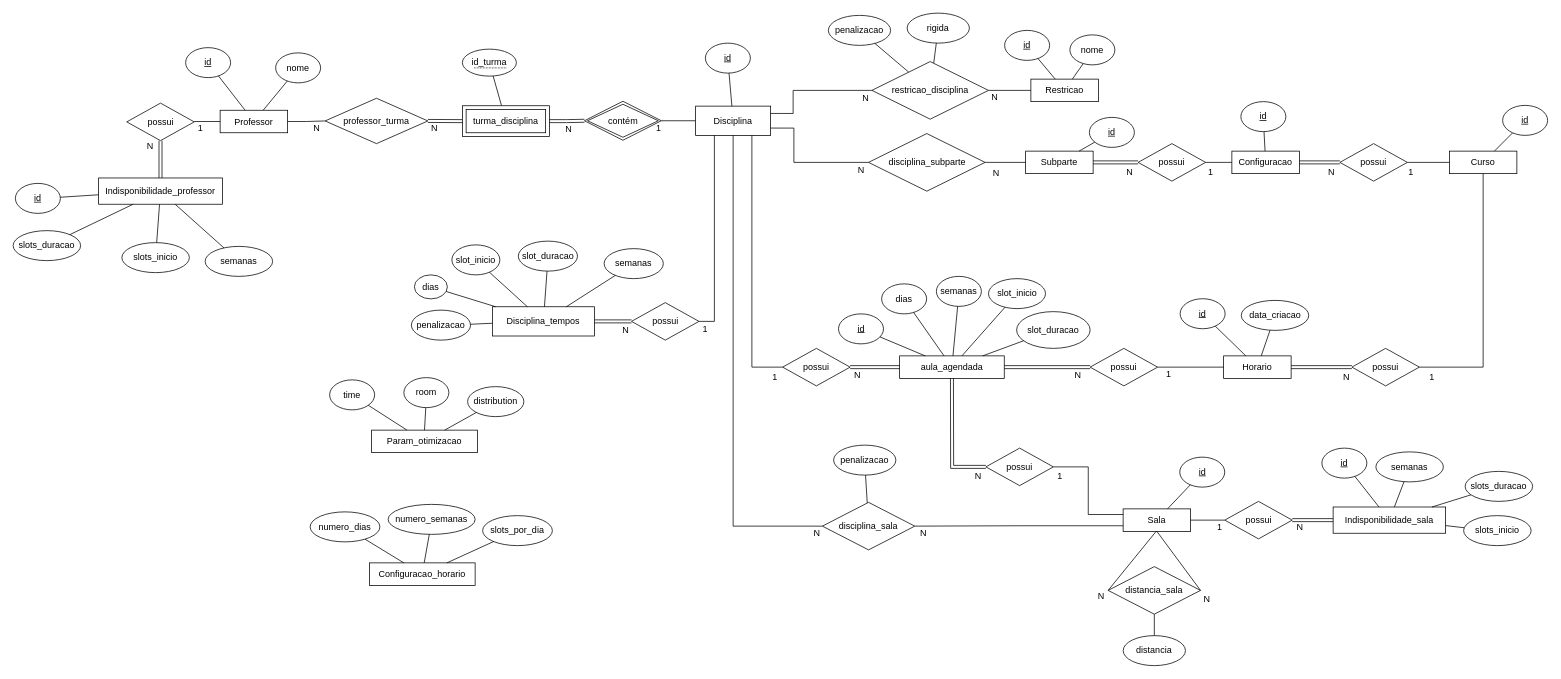
Above: Tese/diagramas/base_dados_agendamento.drawio in RRamos19/Master-Thesis (draw.io), before the change. Source tidied: cells renumbered, new cells numbered last; positions are measured from the earlier drawing's top-left corner, leaving out a move shared by most shapes. Both pictures are drawn from the tidied source at 75%, with x=0, y=0 at pixel (13, 13).
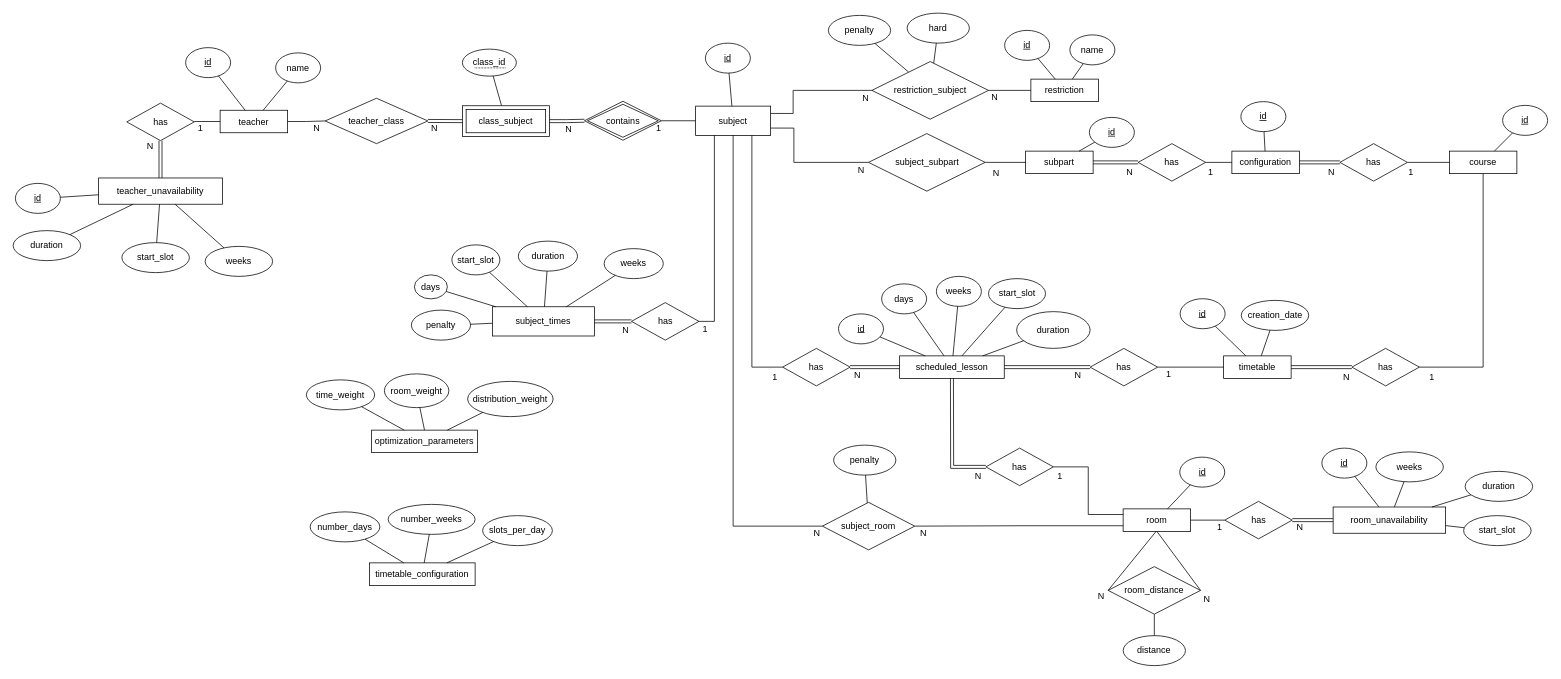
The same diagram, later.

Change to the diagram source:
```diff
@@
-    <mxCell id="2" value="Professor" style="rounded=0;whiteSpace=wrap;html=1;" parent="1" vertex="1">
+    <mxCell id="2" value="teacher" style="rounded=0;whiteSpace=wrap;html=1;" parent="1" vertex="1">
       <mxGeometry x="276" y="129.5" width="90" height="30" as="geometry" />
     </mxCell>
-    <mxCell id="3" value="Horario" style="rounded=0;whiteSpace=wrap;html=1;" parent="1" vertex="1">
+    <mxCell id="3" value="timetable" style="rounded=0;whiteSpace=wrap;html=1;" parent="1" vertex="1">
       <mxGeometry x="1614" y="457" width="90" height="30" as="geometry" />
     </mxCell>
-    <mxCell id="4" value="nome" style="ellipse;whiteSpace=wrap;html=1;" parent="1" vertex="1">
+    <mxCell id="4" value="name" style="ellipse;whiteSpace=wrap;html=1;" parent="1" vertex="1">
       <mxGeometry x="350" y="53" width="60" height="40" as="geometry" />
     </mxCell>
@@
-    <mxCell id="10" value="Curso" style="rounded=0;whiteSpace=wrap;html=1;" parent="1" vertex="1">
+    <mxCell id="10" value="course" style="rounded=0;whiteSpace=wrap;html=1;" parent="1" vertex="1">
       <mxGeometry x="1915" y="184" width="90" height="30" as="geometry" />
     </mxCell>
@@
-    <mxCell id="15" value="Disciplina" style="rounded=0;whiteSpace=wrap;html=1;" parent="1" vertex="1">
+    <mxCell id="15" value="subject" style="rounded=0;whiteSpace=wrap;html=1;" parent="1" vertex="1">
       <mxGeometry x="910" y="124" width="100" height="39" as="geometry" />
     </mxCell>
@@
-    <mxCell id="21" value="Restricao" style="rounded=0;whiteSpace=wrap;html=1;" parent="1" vertex="1">
+    <mxCell id="21" value="restriction" style="rounded=0;whiteSpace=wrap;html=1;" parent="1" vertex="1">
       <mxGeometry x="1357" y="88" width="90" height="30" as="geometry" />
     </mxCell>
@@
-    <mxCell id="26" value="nome" style="ellipse;whiteSpace=wrap;html=1;" parent="1" vertex="1">
+    <mxCell id="26" value="name" style="ellipse;whiteSpace=wrap;html=1;" parent="1" vertex="1">
       <mxGeometry x="1409" y="29" width="60" height="40" as="geometry" />
     </mxCell>
@@
-    <mxCell id="30" value="Sala" style="rounded=0;whiteSpace=wrap;html=1;" parent="1" vertex="1">
+    <mxCell id="30" value="room" style="rounded=0;whiteSpace=wrap;html=1;" parent="1" vertex="1">
       <mxGeometry x="1480" y="661" width="90" height="30" as="geometry" />
     </mxCell>
@@
-    <mxCell id="34" value="Indisponibilidade_sala" style="rounded=0;whiteSpace=wrap;html=1;" parent="1" vertex="1">
+    <mxCell id="34" value="room_unavailability " style="rounded=0;whiteSpace=wrap;html=1;" parent="1" vertex="1">
       <mxGeometry x="1760" y="658.5" width="150" height="35" as="geometry" />
     </mxCell>
@@
-    <mxCell id="38" value="slots_inicio" style="ellipse;whiteSpace=wrap;html=1;" parent="1" vertex="1">
+    <mxCell id="38" value="start_slot" style="ellipse;whiteSpace=wrap;html=1;" parent="1" vertex="1">
       <mxGeometry x="1934" y="670" width="90" height="40" as="geometry" />
     </mxCell>
-    <mxCell id="39" value="slots_duracao" style="ellipse;whiteSpace=wrap;html=1;" parent="1" vertex="1">
+    <mxCell id="39" value="duration" style="ellipse;whiteSpace=wrap;html=1;" parent="1" vertex="1">
       <mxGeometry x="1936" y="611" width="90" height="40" as="geometry" />
     </mxCell>
-    <mxCell id="40" value="semanas" style="ellipse;whiteSpace=wrap;html=1;" parent="1" vertex="1">
+    <mxCell id="40" value="weeks" style="ellipse;whiteSpace=wrap;html=1;" parent="1" vertex="1">
       <mxGeometry x="1817" y="585" width="90" height="40" as="geometry" />
     </mxCell>
@@
-    <mxCell id="48" value="data_criacao" style="ellipse;whiteSpace=wrap;html=1;" parent="1" vertex="1">
+    <mxCell id="48" value="creation_date" style="ellipse;whiteSpace=wrap;html=1;" parent="1" vertex="1">
       <mxGeometry x="1637.5" y="383" width="90" height="40" as="geometry" />
     </mxCell>
@@
-    <mxCell id="52" value="possui" style="shape=rhombus;perimeter=rhombusPerimeter;whiteSpace=wrap;html=1;align=center;" parent="1" vertex="1">
+    <mxCell id="52" value="has" style="shape=rhombus;perimeter=rhombusPerimeter;whiteSpace=wrap;html=1;align=center;" parent="1" vertex="1">
       <mxGeometry x="1615.5" y="651" width="90" height="50" as="geometry" />
     </mxCell>
-    <mxCell id="53" value="aula_agendada" style="rounded=0;whiteSpace=wrap;html=1;" parent="1" vertex="1">
+    <mxCell id="53" value="scheduled_lesson" style="rounded=0;whiteSpace=wrap;html=1;" parent="1" vertex="1">
       <mxGeometry x="1182" y="457" width="139.5" height="30" as="geometry" />
     </mxCell>
-    <mxCell id="54" value="possui" style="shape=rhombus;perimeter=rhombusPerimeter;whiteSpace=wrap;html=1;align=center;" parent="1" vertex="1">
+    <mxCell id="54" value="has" style="shape=rhombus;perimeter=rhombusPerimeter;whiteSpace=wrap;html=1;align=center;" parent="1" vertex="1">
       <mxGeometry x="1436" y="447" width="90" height="50" as="geometry" />
     </mxCell>
@@
-    <mxCell id="57" value="Indisponibilidade_professor" style="rounded=0;whiteSpace=wrap;html=1;" parent="1" vertex="1">
+    <mxCell id="57" value="teacher_unavailability " style="rounded=0;whiteSpace=wrap;html=1;" parent="1" vertex="1">
       <mxGeometry x="114" y="219.8" width="165" height="35" as="geometry" />
     </mxCell>
-    <mxCell id="58" value="slots_inicio" style="ellipse;whiteSpace=wrap;html=1;" parent="1" vertex="1">
+    <mxCell id="58" value="start_slot" style="ellipse;whiteSpace=wrap;html=1;" parent="1" vertex="1">
       <mxGeometry x="145" y="306" width="90" height="40" as="geometry" />
     </mxCell>
-    <mxCell id="59" value="slots_duracao" style="ellipse;whiteSpace=wrap;html=1;" parent="1" vertex="1">
+    <mxCell id="59" value="duration" style="ellipse;whiteSpace=wrap;html=1;" parent="1" vertex="1">
       <mxGeometry y="290" width="90" height="40" as="geometry" />
     </mxCell>
-    <mxCell id="60" value="semanas" style="ellipse;whiteSpace=wrap;html=1;" parent="1" vertex="1">
+    <mxCell id="60" value="weeks" style="ellipse;whiteSpace=wrap;html=1;" parent="1" vertex="1">
       <mxGeometry x="256" y="311" width="90" height="40" as="geometry" />
     </mxCell>
@@
-    <mxCell id="66" value="possui" style="shape=rhombus;perimeter=rhombusPerimeter;whiteSpace=wrap;html=1;align=center;" parent="1" vertex="1">
+    <mxCell id="66" value="has" style="shape=rhombus;perimeter=rhombusPerimeter;whiteSpace=wrap;html=1;align=center;" parent="1" vertex="1">
       <mxGeometry x="151.5" y="120" width="90" height="50" as="geometry" />
     </mxCell>
@@
-    <mxCell id="70" value="possui" style="shape=rhombus;perimeter=rhombusPerimeter;whiteSpace=wrap;html=1;align=center;" parent="1" vertex="1">
+    <mxCell id="70" value="has" style="shape=rhombus;perimeter=rhombusPerimeter;whiteSpace=wrap;html=1;align=center;" parent="1" vertex="1">
       <mxGeometry x="1785" y="447" width="90" height="50" as="geometry" />
     </mxCell>
@@
-    <mxCell id="74" value="Configuracao" style="rounded=0;whiteSpace=wrap;html=1;" parent="1" vertex="1">
+    <mxCell id="74" value="configuration" style="rounded=0;whiteSpace=wrap;html=1;" parent="1" vertex="1">
       <mxGeometry x="1625" y="184" width="90" height="30" as="geometry" />
     </mxCell>
-    <mxCell id="75" value="Subparte" style="rounded=0;whiteSpace=wrap;html=1;" parent="1" vertex="1">
+    <mxCell id="75" value="subpart" style="rounded=0;whiteSpace=wrap;html=1;" parent="1" vertex="1">
       <mxGeometry x="1350" y="184" width="90" height="30" as="geometry" />
     </mxCell>
-    <mxCell id="76" value="possui" style="shape=rhombus;perimeter=rhombusPerimeter;whiteSpace=wrap;html=1;align=center;" parent="1" vertex="1">
+    <mxCell id="76" value="has" style="shape=rhombus;perimeter=rhombusPerimeter;whiteSpace=wrap;html=1;align=center;" parent="1" vertex="1">
       <mxGeometry x="1500" y="174" width="90" height="50" as="geometry" />
     </mxCell>
@@
-    <mxCell id="78" value="possui" style="shape=rhombus;perimeter=rhombusPerimeter;whiteSpace=wrap;html=1;align=center;" parent="1" vertex="1">
+    <mxCell id="78" value="has" style="shape=rhombus;perimeter=rhombusPerimeter;whiteSpace=wrap;html=1;align=center;" parent="1" vertex="1">
       <mxGeometry x="1769" y="174" width="90" height="50" as="geometry" />
     </mxCell>
@@
-    <mxCell id="84" value="Param_otimizacao" style="rounded=0;whiteSpace=wrap;html=1;" parent="1" vertex="1">
+    <mxCell id="84" value="optimization_parameters" style="rounded=0;whiteSpace=wrap;html=1;" parent="1" vertex="1">
       <mxGeometry x="478" y="556" width="141" height="30" as="geometry" />
     </mxCell>
-    <mxCell id="85" value="time" style="ellipse;whiteSpace=wrap;html=1;" parent="1" vertex="1">
-      <mxGeometry x="422" y="489" width="60" height="40" as="geometry" />
+    <mxCell id="85" value="time_weight" style="ellipse;whiteSpace=wrap;html=1;" parent="1" vertex="1">
+      <mxGeometry x="391" y="489" width="91" height="40" as="geometry" />
     </mxCell>
@@
-    <mxCell id="87" value="room" style="ellipse;whiteSpace=wrap;html=1;" parent="1" vertex="1">
-      <mxGeometry x="521" y="486" width="60" height="40" as="geometry" />
+    <mxCell id="87" value="room_weight" style="ellipse;whiteSpace=wrap;html=1;" parent="1" vertex="1">
+      <mxGeometry x="495" y="481" width="86" height="45" as="geometry" />
     </mxCell>
-    <mxCell id="88" value="distribution" style="ellipse;whiteSpace=wrap;html=1;" parent="1" vertex="1">
-      <mxGeometry x="606" y="498" width="75" height="40" as="geometry" />
+    <mxCell id="88" value="distribution_weight" style="ellipse;whiteSpace=wrap;html=1;" parent="1" vertex="1">
+      <mxGeometry x="606" y="491" width="114" height="47" as="geometry" />
     </mxCell>
@@
-    <mxCell id="93" value="dias" style="ellipse;whiteSpace=wrap;html=1;" parent="1" vertex="1">
+    <mxCell id="93" value="days" style="ellipse;whiteSpace=wrap;html=1;" parent="1" vertex="1">
       <mxGeometry x="1158" y="361" width="60" height="40" as="geometry" />
     </mxCell>
-    <mxCell id="94" value="semanas" style="ellipse;whiteSpace=wrap;html=1;" parent="1" vertex="1">
+    <mxCell id="94" value="weeks" style="ellipse;whiteSpace=wrap;html=1;" parent="1" vertex="1">
       <mxGeometry x="1231" y="351" width="60" height="40" as="geometry" />
     </mxCell>
-    <mxCell id="95" value="slot_inicio" style="ellipse;whiteSpace=wrap;html=1;" parent="1" vertex="1">
+    <mxCell id="95" value="start_slot" style="ellipse;whiteSpace=wrap;html=1;" parent="1" vertex="1">
       <mxGeometry x="1300.5" y="354" width="76" height="40" as="geometry" />
     </mxCell>
-    <mxCell id="96" value="Configuracao_horario" style="rounded=0;whiteSpace=wrap;html=1;" parent="1" vertex="1">
+    <mxCell id="96" value="timetable_configuration" style="rounded=0;whiteSpace=wrap;html=1;" parent="1" vertex="1">
       <mxGeometry x="475" y="733" width="141" height="30" as="geometry" />
     </mxCell>
-    <mxCell id="97" value="slots_por_dia" style="ellipse;whiteSpace=wrap;html=1;" parent="1" vertex="1">
+    <mxCell id="97" value="slots_per_day" style="ellipse;whiteSpace=wrap;html=1;" parent="1" vertex="1">
       <mxGeometry x="626" y="670" width="93" height="40" as="geometry" />
     </mxCell>
@@
-    <mxCell id="102" value="numero_dias" style="ellipse;whiteSpace=wrap;html=1;" parent="1" vertex="1">
+    <mxCell id="102" value="number_days" style="ellipse;whiteSpace=wrap;html=1;" parent="1" vertex="1">
       <mxGeometry x="396" y="665" width="93" height="40" as="geometry" />
     </mxCell>
@@
-    <mxCell id="104" value="numero_semanas" style="ellipse;whiteSpace=wrap;html=1;" parent="1" vertex="1">
+    <mxCell id="104" value="number_weeks" style="ellipse;whiteSpace=wrap;html=1;" parent="1" vertex="1">
       <mxGeometry x="500" y="655" width="116" height="40" as="geometry" />
     </mxCell>
@@
-    <mxCell id="106" value="Disciplina_tempos" style="rounded=0;whiteSpace=wrap;html=1;" parent="1" vertex="1">
+    <mxCell id="106" value="subject_times" style="rounded=0;whiteSpace=wrap;html=1;" parent="1" vertex="1">
       <mxGeometry x="639" y="391.5" width="136.2" height="39" as="geometry" />
     </mxCell>
-    <mxCell id="107" value="possui" style="shape=rhombus;perimeter=rhombusPerimeter;whiteSpace=wrap;html=1;align=center;" parent="1" vertex="1">
+    <mxCell id="107" value="has" style="shape=rhombus;perimeter=rhombusPerimeter;whiteSpace=wrap;html=1;align=center;" parent="1" vertex="1">
       <mxGeometry x="824.5" y="386" width="90" height="50" as="geometry" />
     </mxCell>
@@
-    <mxCell id="112" value="penalizacao" style="ellipse;whiteSpace=wrap;html=1;" parent="1" vertex="1">
+    <mxCell id="112" value="penalty" style="ellipse;whiteSpace=wrap;html=1;" parent="1" vertex="1">
       <mxGeometry x="1094" y="576" width="83" height="40" as="geometry" />
     </mxCell>
@@
-    <mxCell id="114" value="dias" style="ellipse;whiteSpace=wrap;html=1;" parent="1" vertex="1">
+    <mxCell id="114" value="days" style="ellipse;whiteSpace=wrap;html=1;" parent="1" vertex="1">
       <mxGeometry x="535" y="349" width="44" height="32" as="geometry" />
     </mxCell>
-    <mxCell id="115" value="slot_inicio" style="ellipse;whiteSpace=wrap;html=1;" parent="1" vertex="1">
+    <mxCell id="115" value="start_slot" style="ellipse;whiteSpace=wrap;html=1;" parent="1" vertex="1">
       <mxGeometry x="585" y="309" width="64" height="40" as="geometry" />
     </mxCell>
-    <mxCell id="116" value="slot_duracao" style="ellipse;whiteSpace=wrap;html=1;" parent="1" vertex="1">
+    <mxCell id="116" value="duration" style="ellipse;whiteSpace=wrap;html=1;" parent="1" vertex="1">
       <mxGeometry x="673.6" y="304" width="78.9" height="40" as="geometry" />
     </mxCell>
-    <mxCell id="117" value="semanas" style="ellipse;whiteSpace=wrap;html=1;" parent="1" vertex="1">
+    <mxCell id="117" value="weeks" style="ellipse;whiteSpace=wrap;html=1;" parent="1" vertex="1">
       <mxGeometry x="788" y="314" width="78.9" height="40" as="geometry" />
     </mxCell>
-    <mxCell id="118" value="penalizacao" style="ellipse;whiteSpace=wrap;html=1;" parent="1" vertex="1">
+    <mxCell id="118" value="penalty" style="ellipse;whiteSpace=wrap;html=1;" parent="1" vertex="1">
       <mxGeometry x="531" y="396" width="78.9" height="40" as="geometry" />
     </mxCell>
@@
-    <mxCell id="125" value="possui" style="shape=rhombus;perimeter=rhombusPerimeter;whiteSpace=wrap;html=1;align=center;" parent="1" vertex="1">
+    <mxCell id="125" value="has" style="shape=rhombus;perimeter=rhombusPerimeter;whiteSpace=wrap;html=1;align=center;" parent="1" vertex="1">
       <mxGeometry x="1297" y="580" width="90" height="50" as="geometry" />
     </mxCell>
@@
-    <mxCell id="131" value="penalizacao" style="ellipse;whiteSpace=wrap;html=1;" parent="1" vertex="1">
+    <mxCell id="131" value="penalty" style="ellipse;whiteSpace=wrap;html=1;" parent="1" vertex="1">
       <mxGeometry x="1087" y="3" width="83" height="40" as="geometry" />
     </mxCell>
-    <mxCell id="132" value="rigida" style="ellipse;whiteSpace=wrap;html=1;" parent="1" vertex="1">
+    <mxCell id="132" value="hard" style="ellipse;whiteSpace=wrap;html=1;" parent="1" vertex="1">
       <mxGeometry x="1192" width="83" height="40" as="geometry" />
     </mxCell>
@@
-    <mxCell id="139" value="possui" style="shape=rhombus;perimeter=rhombusPerimeter;whiteSpace=wrap;html=1;align=center;" parent="1" vertex="1">
+    <mxCell id="139" value="has" style="shape=rhombus;perimeter=rhombusPerimeter;whiteSpace=wrap;html=1;align=center;" parent="1" vertex="1">
       <mxGeometry x="1026" y="447" width="90" height="50" as="geometry" />
     </mxCell>
@@
-    <mxCell id="143" value="distancia" style="ellipse;whiteSpace=wrap;html=1;" parent="1" vertex="1">
+    <mxCell id="143" value="distance" style="ellipse;whiteSpace=wrap;html=1;" parent="1" vertex="1">
       <mxGeometry x="1480.1" y="830" width="83" height="40" as="geometry" />
     </mxCell>
@@
-    <mxCell id="145" value="disciplina_subparte" style="shape=rhombus;perimeter=rhombusPerimeter;whiteSpace=wrap;html=1;align=center;" parent="1" vertex="1">
+    <mxCell id="145" value="subject_subpart" style="shape=rhombus;perimeter=rhombusPerimeter;whiteSpace=wrap;html=1;align=center;" parent="1" vertex="1">
       <mxGeometry x="1140.5" y="160.6" width="155.5" height="76.8" as="geometry" />
     </mxCell>
-    <mxCell id="146" value="professor_turma" style="shape=rhombus;perimeter=rhombusPerimeter;whiteSpace=wrap;html=1;align=center;" parent="1" vertex="1">
+    <mxCell id="146" value="teacher_class" style="shape=rhombus;perimeter=rhombusPerimeter;whiteSpace=wrap;html=1;align=center;" parent="1" vertex="1">
       <mxGeometry x="416" y="113.5" width="137" height="60.5" as="geometry" />
     </mxCell>
@@
-    <mxCell id="149" value="contém" style="shape=rhombus;double=1;perimeter=rhombusPerimeter;whiteSpace=wrap;html=1;align=center;arcSize=20;" parent="1" vertex="1">
+    <mxCell id="149" value="contains" style="shape=rhombus;double=1;perimeter=rhombusPerimeter;whiteSpace=wrap;html=1;align=center;arcSize=20;" parent="1" vertex="1">
       <mxGeometry x="761.8" y="117.5" width="102.5" height="52" as="geometry" />
     </mxCell>
-    <mxCell id="150" value="&lt;span style=&quot;border-bottom: 1px dotted&quot;&gt;id_turma&lt;/span&gt;" style="ellipse;whiteSpace=wrap;html=1;align=center;" parent="1" vertex="1">
+    <mxCell id="150" value="&lt;span style=&quot;border-bottom: 1px dotted&quot;&gt;class_id&lt;/span&gt;" style="ellipse;whiteSpace=wrap;html=1;align=center;" parent="1" vertex="1">
       <mxGeometry x="599" y="48" width="72" height="36" as="geometry" />
     </mxCell>
-    <mxCell id="151" value="turma_disciplina" style="shape=ext;margin=3;double=1;whiteSpace=wrap;html=1;align=center;" parent="1" vertex="1">
+    <mxCell id="151" value="class_subject" style="shape=ext;margin=3;double=1;whiteSpace=wrap;html=1;align=center;" parent="1" vertex="1">
       <mxGeometry x="599" y="123.5" width="116" height="41" as="geometry" />
     </mxCell>
@@
-    <mxCell id="166" value="restricao_disciplina" style="shape=rhombus;perimeter=rhombusPerimeter;whiteSpace=wrap;html=1;align=center;" parent="1" vertex="1">
+    <mxCell id="166" value="restriction_subject" style="shape=rhombus;perimeter=rhombusPerimeter;whiteSpace=wrap;html=1;align=center;" parent="1" vertex="1">
       <mxGeometry x="1145" y="64.6" width="155.5" height="76.8" as="geometry" />
     </mxCell>
-    <mxCell id="167" value="slot_duracao" style="ellipse;whiteSpace=wrap;html=1;" parent="1" vertex="1">
+    <mxCell id="167" value="duration" style="ellipse;whiteSpace=wrap;html=1;" parent="1" vertex="1">
       <mxGeometry x="1338" y="398" width="98" height="49" as="geometry" />
     </mxCell>
@@
-    <mxCell id="169" value="disciplina_sala" style="shape=rhombus;perimeter=rhombusPerimeter;whiteSpace=wrap;html=1;align=center;" parent="1" vertex="1">
+    <mxCell id="169" value="subject_room" style="shape=rhombus;perimeter=rhombusPerimeter;whiteSpace=wrap;html=1;align=center;" parent="1" vertex="1">
       <mxGeometry x="1079" y="652.3" width="123.2" height="63.4" as="geometry" />
     </mxCell>
-    <mxCell id="170" value="distancia_sala" style="shape=rhombus;perimeter=rhombusPerimeter;whiteSpace=wrap;html=1;align=center;" parent="1" vertex="1">
+    <mxCell id="170" value="room_distance" style="shape=rhombus;perimeter=rhombusPerimeter;whiteSpace=wrap;html=1;align=center;" parent="1" vertex="1">
       <mxGeometry x="1460" y="738" width="123.2" height="63.4" as="geometry" />
     </mxCell>
```
